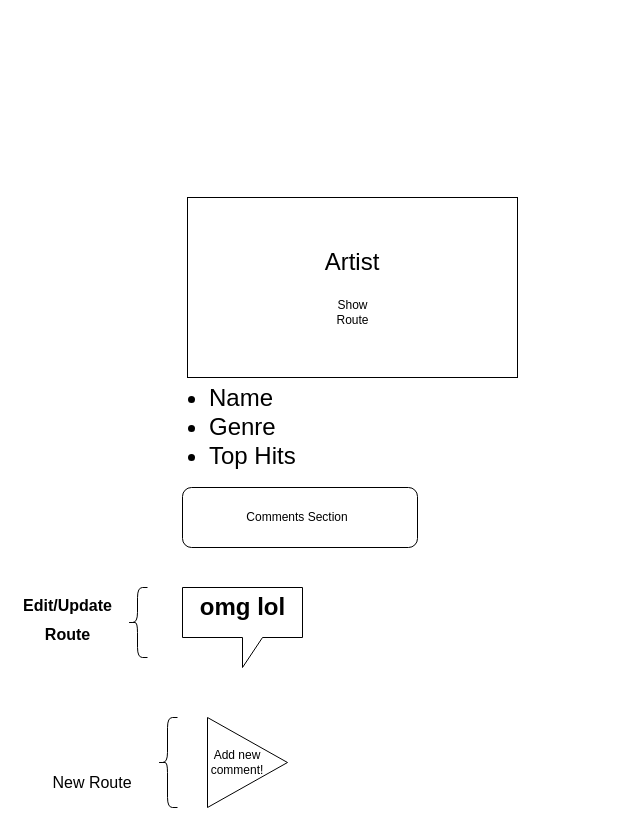
This is Project-Info/wireframes/artists-show.drawio from alexxgz/festivalApp, a draw.io file, before an edit. Source tidied: cells renumbered, new cells numbered last; positions are measured from the earlier drawing's top-left corner, leaving out a move shared by most shapes. Both pictures are drawn from the tidied source at 100%, with x=0, y=0 at pixel (17, 197).
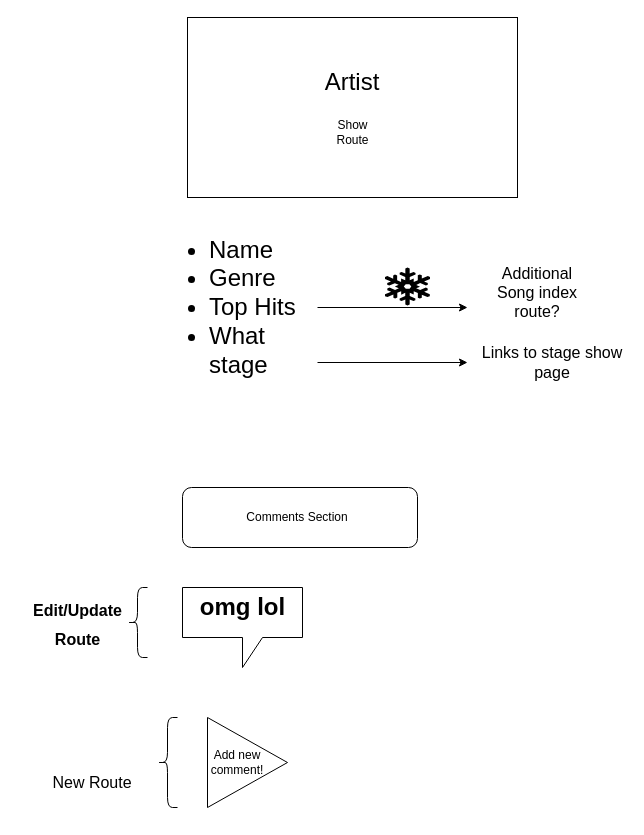
The same diagram, later.

Commit message (it also covers changes not shown here):
ok NOW project planning is done

Change to the diagram source:
```diff
@@
     <mxCell id="2" style="rounded=0;whiteSpace=wrap;html=1;" parent="1" vertex="1">
-      <mxGeometry x="170" width="330" height="180" as="geometry" />
+      <mxGeometry x="170" y="-180" width="330" height="180" as="geometry" />
     </mxCell>
     <mxCell id="3" value="&lt;font style=&quot;font-size: 24px&quot;&gt;Artist&lt;/font&gt;" style="text;html=1;strokeColor=none;fillColor=none;align=center;verticalAlign=middle;whiteSpace=wrap;rounded=0;" parent="1" vertex="1">
-      <mxGeometry x="240" y="20" width="190" height="90" as="geometry" />
+      <mxGeometry x="240" y="-160" width="190" height="90" as="geometry" />
     </mxCell>
-    <mxCell id="4" value="&lt;ul style=&quot;font-size: 24px&quot;&gt;&lt;li&gt;Name&lt;/li&gt;&lt;li&gt;Genre&lt;/li&gt;&lt;li&gt;Top Hits&lt;/li&gt;&lt;/ul&gt;" style="text;strokeColor=none;fillColor=none;html=1;whiteSpace=wrap;verticalAlign=middle;overflow=hidden;" parent="1" vertex="1">
-      <mxGeometry x="150" y="120" width="150" height="220" as="geometry" />
+    <mxCell id="4" value="&lt;ul style=&quot;font-size: 24px&quot;&gt;&lt;li&gt;Name&lt;/li&gt;&lt;li&gt;Genre&lt;/li&gt;&lt;li&gt;Top Hits&lt;/li&gt;&lt;li&gt;What stage&lt;/li&gt;&lt;/ul&gt;" style="text;strokeColor=none;fillColor=none;html=1;whiteSpace=wrap;verticalAlign=middle;overflow=hidden;" parent="1" vertex="1">
+      <mxGeometry x="150" width="150" height="220" as="geometry" />
     </mxCell>
@@
     <mxCell id="7" value="Show Route" style="text;html=1;strokeColor=none;fillColor=none;align=center;verticalAlign=middle;whiteSpace=wrap;rounded=0;" parent="1" vertex="1">
-      <mxGeometry x="302.5" y="90" width="65" height="50" as="geometry" />
+      <mxGeometry x="302.5" y="-90" width="65" height="50" as="geometry" />
     </mxCell>
@@
     <mxCell id="11" value="&lt;font style=&quot;font-size: 16px&quot;&gt;Edit/Update&lt;br&gt;Route&lt;/font&gt;" style="text;strokeColor=none;fillColor=none;html=1;fontSize=24;fontStyle=1;verticalAlign=middle;align=center;" parent="1" vertex="1">
-      <mxGeometry y="400" width="100" height="40" as="geometry" />
+      <mxGeometry x="10" y="405" width="100" height="40" as="geometry" />
     </mxCell>
@@
+    <mxCell id="16" style="endArrow=classic;html=1;exitX=1;exitY=0.75;exitDx=0;exitDy=0;" parent="1" edge="1" source="4">
+      <mxGeometry relative="1" as="geometry">
+        <mxPoint x="450" y="165" as="targetPoint" />
+      </mxGeometry>
+    </mxCell>
+    <mxCell id="17" value="&lt;font style=&quot;font-size: 16px&quot;&gt;Links to stage show page&lt;/font&gt;" style="text;html=1;strokeColor=none;fillColor=none;align=center;verticalAlign=middle;whiteSpace=wrap;rounded=0;" parent="1" vertex="1">
+      <mxGeometry x="460" y="120" width="150" height="90" as="geometry" />
+    </mxCell>
+    <mxCell id="18" style="endArrow=classic;html=1;exitX=1;exitY=0.5;exitDx=0;exitDy=0;" parent="1" edge="1" source="4">
+      <mxGeometry relative="1" as="geometry">
+        <mxPoint x="450" y="110" as="targetPoint" />
+      </mxGeometry>
+    </mxCell>
+    <mxCell id="19" style="shape=mxgraph.signs.nature.snowflake;html=1;fillColor=#000000;strokeColor=none;verticalLabelPosition=bottom;verticalAlign=top;align=center;" parent="1" vertex="1">
+      <mxGeometry x="367.5" y="70" width="45" height="38" as="geometry" />
+    </mxCell>
+    <mxCell id="20" value="&lt;font style=&quot;font-size: 16px&quot;&gt;Additional Song index route?&lt;/font&gt;" style="text;html=1;strokeColor=none;fillColor=none;align=center;verticalAlign=middle;whiteSpace=wrap;rounded=0;" parent="1" vertex="1">
+      <mxGeometry x="470" y="70" width="100" height="50" as="geometry" />
+    </mxCell>
```
